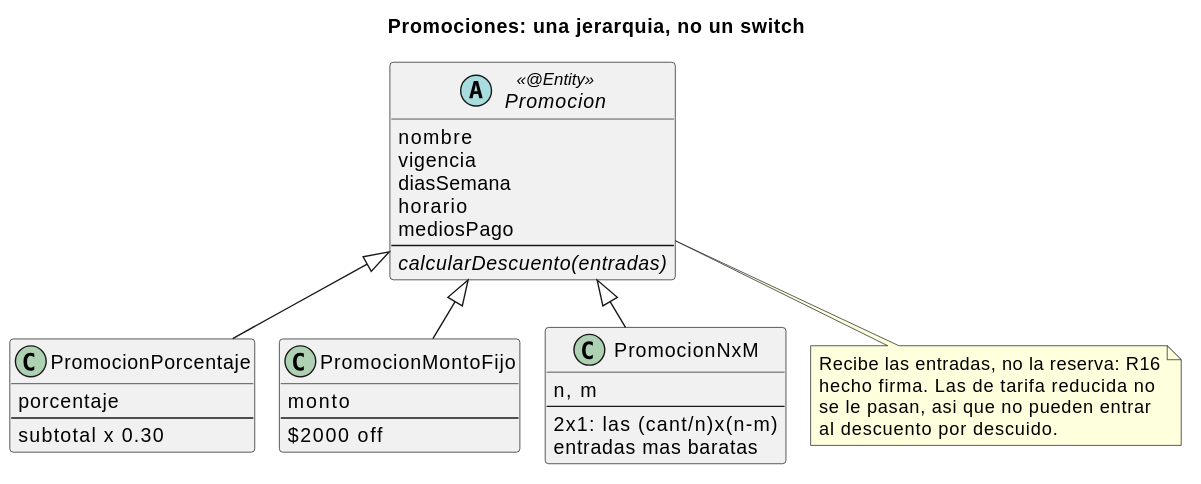
This is _other/docs/diagramas/promociones-herencia.svg from andreiveisuade/cine-uade, a PlantUML export, as it was before one commit. Source of this version:
```plantuml
@startuml
title Promociones: una jerarquia, no un switch

skinparam classAttributeIconSize 0
skinparam nodesep 18
skinparam ranksep 34

abstract class Promocion <<@Entity>> {
  nombre
  vigencia
  diasSemana
  horario
  mediosPago
  --
  {abstract} calcularDescuento(entradas)
}

class PromocionPorcentaje {
  porcentaje
  --
  subtotal x 0.30
}

class PromocionMontoFijo {
  monto
  --
  $2000 off
}

class PromocionNxM {
  n, m
  --
  2x1: las (cant/n)x(n-m)
  entradas mas baratas
}

Promocion <|-- PromocionPorcentaje
Promocion <|-- PromocionMontoFijo
Promocion <|-- PromocionNxM

note bottom of Promocion
  Recibe las entradas, no la reserva: R16
  hecho firma. Las de tarifa reducida no
  se le pasan, asi que no pueden entrar
  al descuento por descuido.
end note
@enduml
```
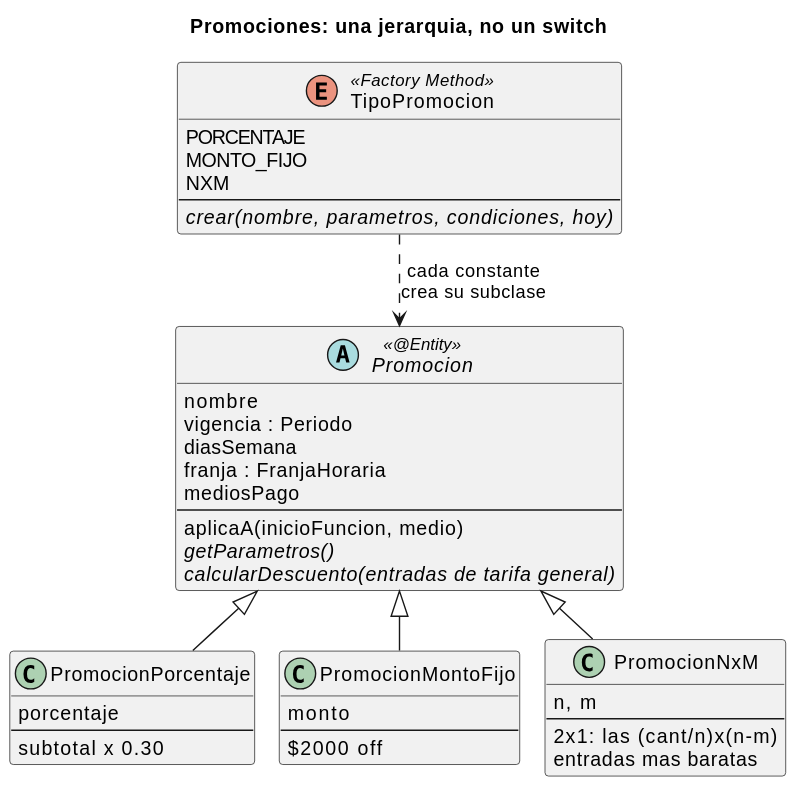
After the commit.

Change to the diagram source:
```diff
@@ -7,12 +7,14 @@
 
 abstract class Promocion <<@Entity>> {
   nombre
-  vigencia
+  vigencia : Periodo
   diasSemana
-  horario
+  franja : FranjaHoraria
   mediosPago
   --
-  {abstract} calcularDescuento(entradas)
+  aplicaA(inicioFuncion, medio)
+  {abstract} getParametros()
+  {abstract} calcularDescuento(entradas de tarifa general)
 }
 
 class PromocionPorcentaje {
@@ -34,14 +36,16 @@
   entradas mas baratas
 }
 
+enum TipoPromocion <<Factory Method>> {
+  PORCENTAJE
+  MONTO_FIJO
+  NXM
+  --
+  {abstract} crear(nombre, parametros, condiciones, hoy)
+}
+
 Promocion <|-- PromocionPorcentaje
 Promocion <|-- PromocionMontoFijo
 Promocion <|-- PromocionNxM
-
-note bottom of Promocion
-  Recibe las entradas, no la reserva: R16
-  hecho firma. Las de tarifa reducida no
-  se le pasan, asi que no pueden entrar
-  al descuento por descuido.
-end note
+TipoPromocion ..> Promocion : cada constante\ncrea su subclase
 @enduml
```
